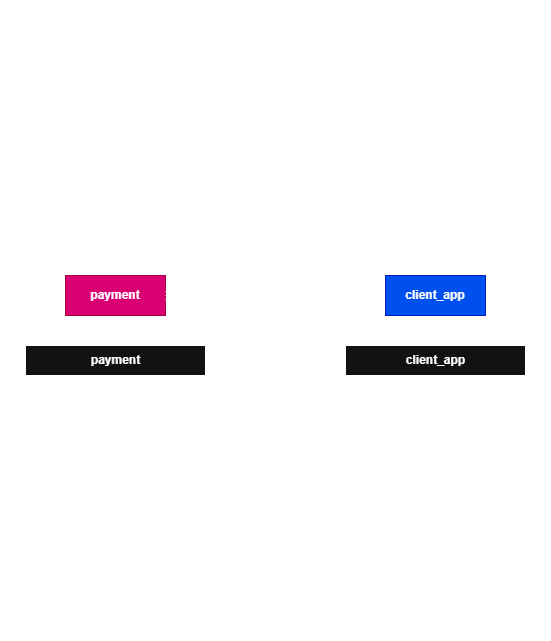
Above: resources/entity-diagram.png in moassaad/payment-service-spring-boot (draw.io), before the change. Source tidied: cells renumbered, new cells last; positions are measured from the earlier drawing's top-left corner, leaving out a move shared by most shapes.
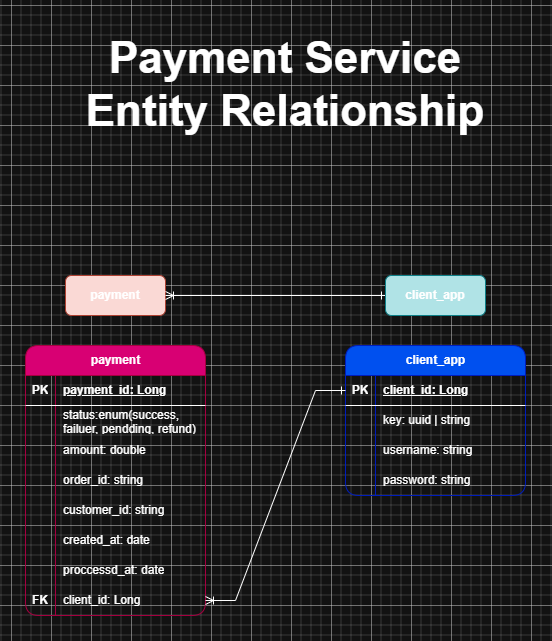
Above is the later version.

Change to the diagram source:
```diff
@@ -2,16 +2,16 @@
   <root>
     <mxCell id="0" />
     <mxCell id="1" parent="0" />
-    <mxCell id="2" value="payment" style="whiteSpace=wrap;html=1;align=center;fillColor=#d80073;fontColor=#ffffff;strokeColor=#A50040;fontStyle=1;" parent="1" vertex="1">
+    <mxCell id="2" value="payment" style="whiteSpace=wrap;html=1;align=center;fillColor=#fad9d5;strokeColor=#ae4132;fontStyle=1;rounded=1;" parent="1" vertex="1">
       <mxGeometry x="40" y="250" width="100" height="40" as="geometry" />
     </mxCell>
     <mxCell id="3" style="edgeStyle=orthogonalEdgeStyle;rounded=0;jettySize=auto;html=1;endArrow=ERoneToMany;endFill=0;startArrow=ERone;startFill=0;" parent="1" edge="1" source="4" target="2">
       <mxGeometry relative="1" as="geometry" />
     </mxCell>
-    <mxCell id="4" value="client_app" style="whiteSpace=wrap;html=1;align=center;fillColor=#0050ef;fontColor=#ffffff;strokeColor=#001DBC;fontStyle=1;" parent="1" vertex="1">
+    <mxCell id="4" value="client_app" style="whiteSpace=wrap;html=1;align=center;fillColor=#b0e3e6;strokeColor=#0e8088;fontStyle=1;rounded=1;" parent="1" vertex="1">
       <mxGeometry x="360" y="250" width="100" height="40" as="geometry" />
     </mxCell>
-    <mxCell id="5" value="payment" style="shape=table;startSize=30;rowLines=0;fontStyle=1;align=center;html=1;" parent="1" vertex="1">
+    <mxCell id="5" value="payment" style="shape=table;startSize=30;rowLines=0;fontStyle=1;align=center;html=1;fillColor=#d80073;fontColor=#ffffff;strokeColor=#A50040;rounded=1;" parent="1" vertex="1">
       <mxGeometry y="320" width="180" height="270" as="geometry" />
     </mxCell>
     <mxCell id="6" style="shape=tableRow;horizontal=0;startSize=0;swimlaneHead=0;swimlaneBody=0;fillColor=none;top=0;left=0;right=0;bottom=1;" parent="5" vertex="1">
@@ -86,7 +86,7 @@
     <mxCell id="29" value="client_id:&amp;nbsp;Long" style="shape=partialRectangle;fillColor=none;top=0;left=0;bottom=0;right=0;align=left;spacingLeft=6;overflow=hidden;whiteSpace=wrap;html=1;" parent="27" vertex="1">
       <mxGeometry x="30" width="150" height="30" as="geometry" />
     </mxCell>
-    <mxCell id="30" value="client_app" style="shape=table;startSize=30;rowLines=0;fontStyle=1;align=center;html=1;" parent="1" vertex="1">
+    <mxCell id="30" value="client_app" style="shape=table;startSize=30;rowLines=0;fontStyle=1;align=center;html=1;fillColor=#0050ef;fontColor=#ffffff;strokeColor=#001DBC;rounded=1;" parent="1" vertex="1">
       <mxGeometry x="320" y="320" width="180" height="150" as="geometry" />
     </mxCell>
     <mxCell id="31" style="shape=tableRow;horizontal=0;startSize=0;swimlaneHead=0;swimlaneBody=0;fillColor=none;points=[[0,0.5],[1,0.5]];portConstraint=eastwest;top=0;left=0;right=0;bottom=1;" parent="30" vertex="1">
```
